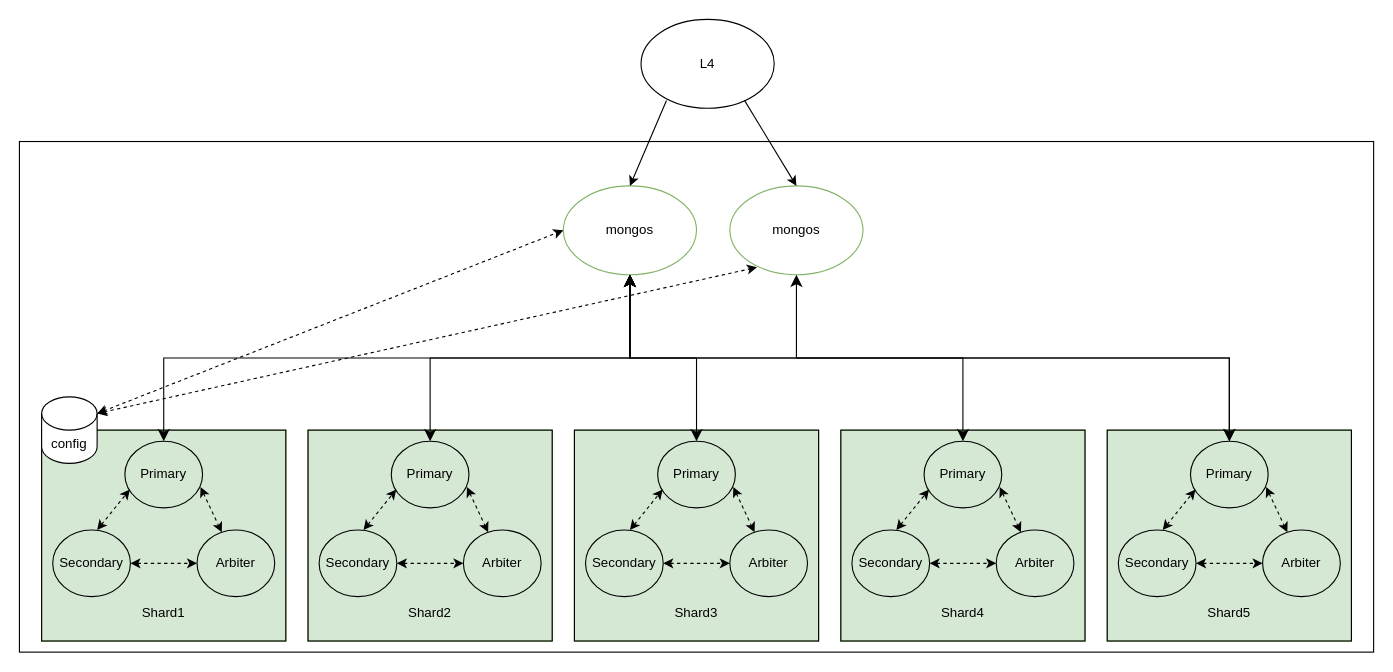
Above: architecture/제목 없는 다이어그램.drawio in TreeStone94/drawio (draw.io), before the change. Source tidied: cells renumbered, new cells numbered last; positions are measured from the earlier drawing's top-left corner, leaving out a move shared by most shapes. Both pictures are drawn from the tidied source at 111%, with x=0, y=0 at pixel (19, 19).
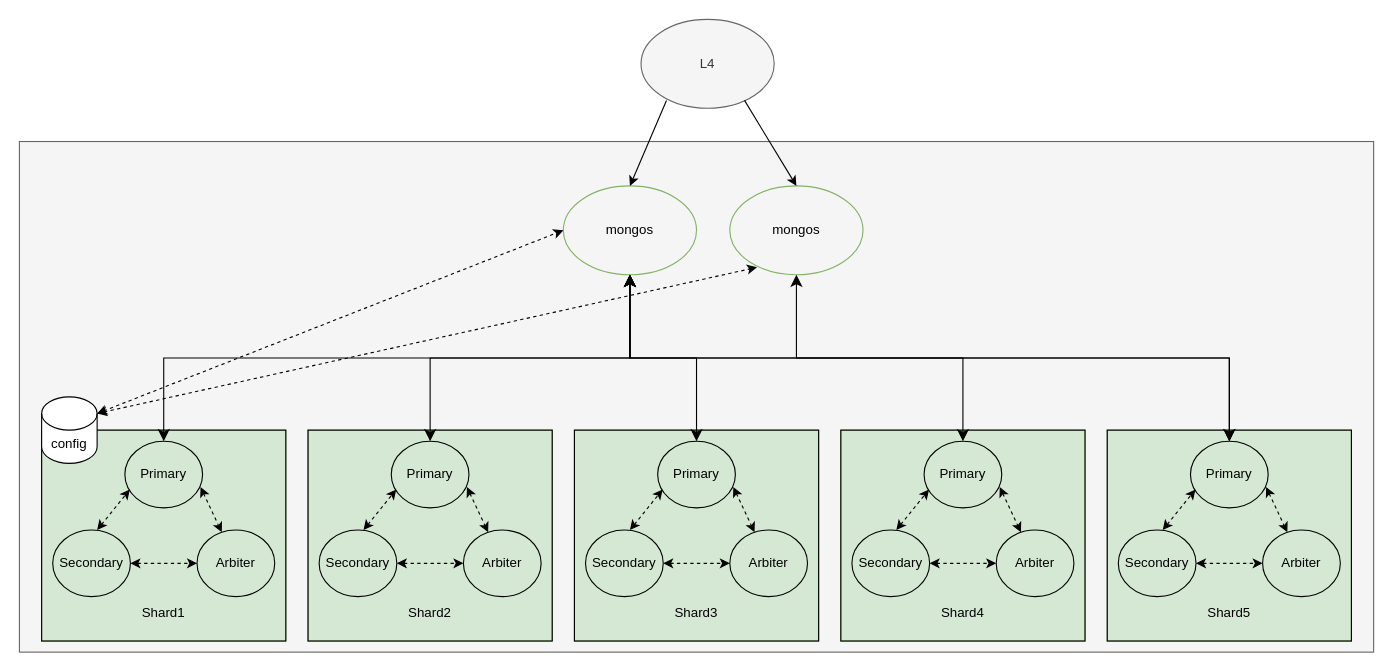
After the change.

Commit message:
제목 없는 다이어그램.drawio 업데이트

The edit, as a diff of the source:
```diff
@@
-    <mxCell id="2" style="rounded=0;whiteSpace=wrap;html=1;fillColor=none;" parent="1" vertex="1">
+    <mxCell id="2" style="rounded=0;whiteSpace=wrap;html=1;fillColor=#f5f5f5;fontColor=#333333;strokeColor=#666666;" parent="1" vertex="1">
       <mxGeometry y="110" width="1220" height="460" as="geometry" />
     </mxCell>
@@
-    <mxCell id="15" value="L4" style="ellipse;whiteSpace=wrap;html=1;fillColor=none;strokeColor=#000000;" parent="1" vertex="1">
+    <mxCell id="15" value="L4" style="ellipse;whiteSpace=wrap;html=1;fillColor=#f5f5f5;strokeColor=#666666;fontColor=#333333;" parent="1" vertex="1">
       <mxGeometry x="560" width="120" height="80" as="geometry" />
     </mxCell>
```
